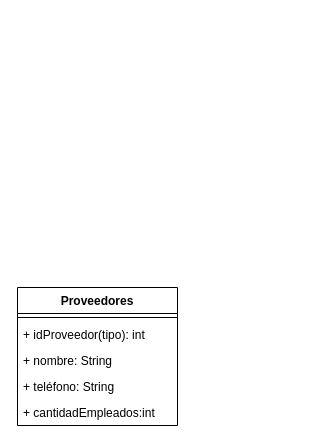
Before: Diagrama sin título.drawio in cohet3/Diagramas, a draw.io diagram. Source tidied: cells renumbered, new cells numbered last; positions are measured from the earlier drawing's top-left corner, leaving out a move shared by most shapes. Both pictures are drawn from the tidied source at 100%, with x=0, y=0 at pixel (17, 287).
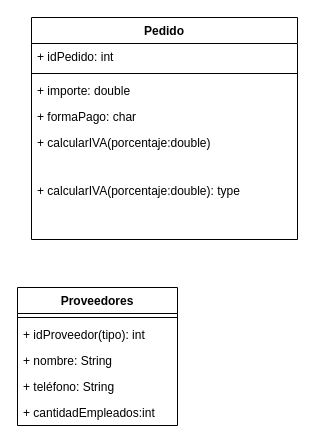
The same page after the edit.

The edit, as a diff of the source:
```diff
@@
 <mxGraphModel>
   <root>
     <mxCell id="0" />
     <mxCell id="1" parent="0" />
     <mxCell id="2" value="Proveedores" style="swimlane;fontStyle=1;align=center;verticalAlign=top;horizontal=1;startSize=26;whiteSpace=wrap;html=1;" parent="1" vertex="1">
       <mxGeometry width="160" height="138" as="geometry" />
     </mxCell>
     <mxCell id="3" style="line;strokeWidth=1;fillColor=none;align=left;verticalAlign=middle;spacingTop=-1;spacingLeft=3;spacingRight=3;labelPosition=right;strokeColor=inherit;" parent="2" vertex="1">
       <mxGeometry y="26" width="160" height="8" as="geometry" />
     </mxCell>
     <mxCell id="4" value="+ idProveedor(tipo): int" style="text;strokeColor=none;fillColor=none;align=left;verticalAlign=top;spacingLeft=4;spacingRight=4;overflow=hidden;whiteSpace=wrap;html=1;" parent="2" vertex="1">
       <mxGeometry y="34" width="160" height="26" as="geometry" />
     </mxCell>
     <mxCell id="5" value="+ nombre: String" style="text;strokeColor=none;fillColor=none;align=left;verticalAlign=top;spacingLeft=4;spacingRight=4;overflow=hidden;whiteSpace=wrap;html=1;" parent="2" vertex="1">
       <mxGeometry y="60" width="160" height="26" as="geometry" />
     </mxCell>
     <mxCell id="6" value="+ teléfono: String" style="text;strokeColor=none;fillColor=none;align=left;verticalAlign=top;spacingLeft=4;spacingRight=4;overflow=hidden;whiteSpace=wrap;html=1;" parent="2" vertex="1">
       <mxGeometry y="86" width="160" height="26" as="geometry" />
     </mxCell>
     <mxCell id="7" value="&lt;font&gt;+ cantidadEmpleados&lt;/font&gt;&lt;font&gt;:int&lt;/font&gt;" style="text;strokeColor=none;fillColor=none;align=left;verticalAlign=top;spacingLeft=4;spacingRight=4;overflow=hidden;whiteSpace=wrap;html=1;" parent="2" vertex="1">
       <mxGeometry y="112" width="160" height="26" as="geometry" />
     </mxCell>
+    <mxCell id="8" value="Pedido" style="swimlane;fontStyle=1;align=center;verticalAlign=top;horizontal=1;startSize=26;whiteSpace=wrap;html=1;" parent="1" vertex="1">
+      <mxGeometry x="14" y="-270" width="266" height="222" as="geometry" />
+    </mxCell>
+    <mxCell id="9" value="+ idPedido: int&lt;span style=&quot;white-space: pre;&quot;&gt;&#9;&lt;/span&gt;&lt;span style=&quot;white-space: pre;&quot;&gt;&#9;&lt;/span&gt;&lt;span style=&quot;white-space: pre;&quot;&gt;&#9;&lt;/span&gt;" style="text;strokeColor=none;fillColor=none;align=left;verticalAlign=top;spacingLeft=4;spacingRight=4;overflow=hidden;whiteSpace=wrap;html=1;" parent="8" vertex="1">
+      <mxGeometry y="26" width="266" height="26" as="geometry" />
+    </mxCell>
+    <mxCell id="10" style="line;strokeWidth=1;fillColor=none;align=left;verticalAlign=middle;spacingTop=-1;spacingLeft=3;spacingRight=3;labelPosition=right;strokeColor=inherit;" parent="8" vertex="1">
+      <mxGeometry y="52" width="266" height="8" as="geometry" />
+    </mxCell>
+    <mxCell id="11" value="+ importe: double" style="text;strokeColor=none;fillColor=none;align=left;verticalAlign=top;spacingLeft=4;spacingRight=4;overflow=hidden;whiteSpace=wrap;html=1;" parent="8" vertex="1">
+      <mxGeometry y="60" width="266" height="26" as="geometry" />
+    </mxCell>
+    <mxCell id="12" value="+ formaPago: char&lt;br&gt;" style="text;strokeColor=none;fillColor=none;align=left;verticalAlign=top;spacingLeft=4;spacingRight=4;overflow=hidden;whiteSpace=wrap;html=1;" parent="8" vertex="1">
+      <mxGeometry y="86" width="266" height="26" as="geometry" />
+    </mxCell>
+    <mxCell id="13" value="+ calcularIVA(porcentaje:double)" style="text;strokeColor=none;fillColor=none;align=left;verticalAlign=top;spacingLeft=4;spacingRight=4;overflow=hidden;whiteSpace=wrap;html=1;" parent="8" vertex="1">
+      <mxGeometry y="112" width="266" height="48" as="geometry" />
+    </mxCell>
+    <mxCell id="14" value="+ calcularIVA(porcentaje:double): type" style="text;strokeColor=none;fillColor=none;align=left;verticalAlign=top;spacingLeft=4;spacingRight=4;overflow=hidden;whiteSpace=wrap;html=1;" parent="8" vertex="1">
+      <mxGeometry y="160" width="266" height="62" as="geometry" />
+    </mxCell>
   </root>
 </mxGraphModel>
```
